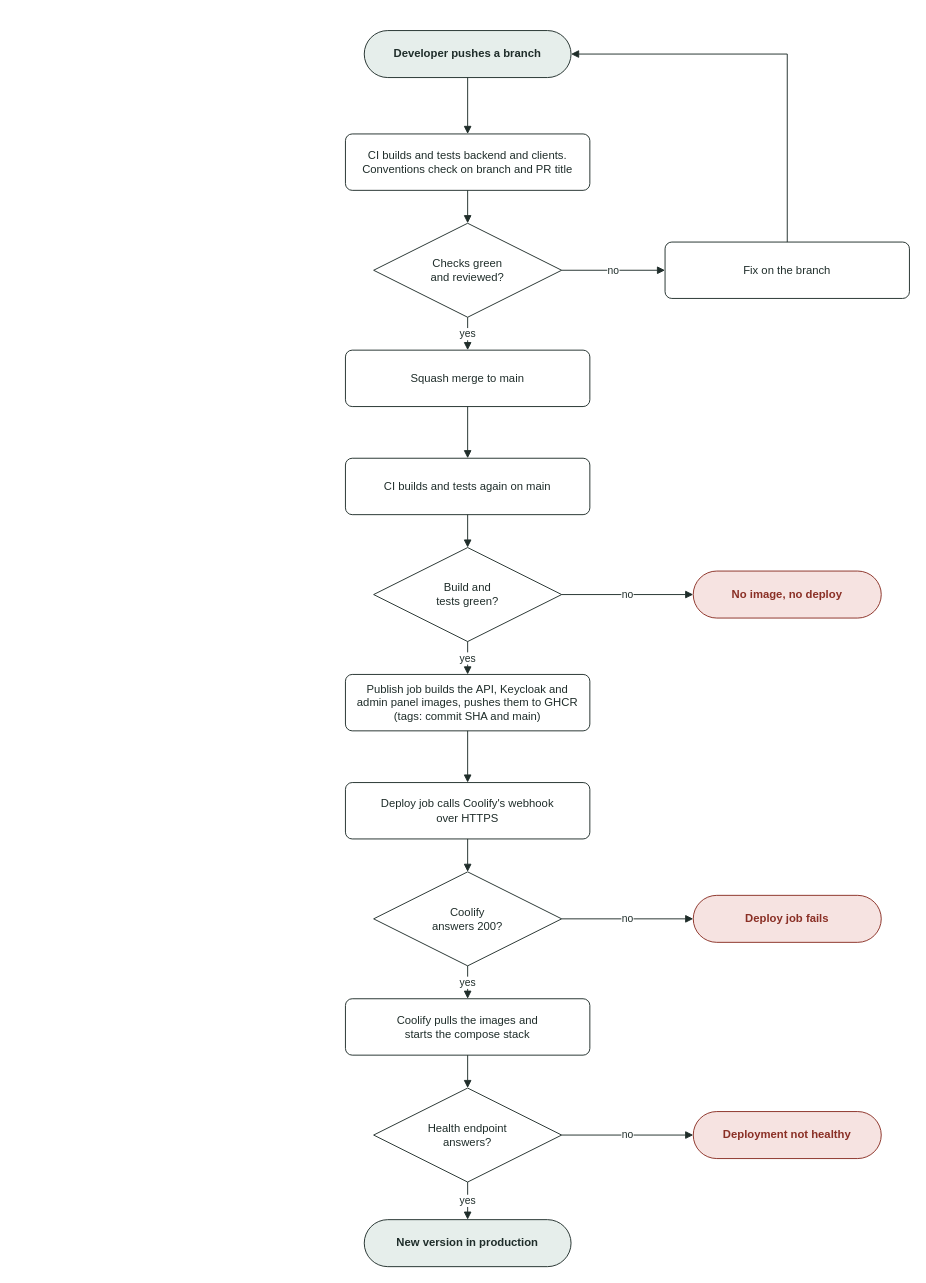
Mosekjaer/prepmeup keeps this draw.io diagram as docs/assets/drawio/pipeline-flow.drawio. Above is the earlier version. Source tidied: cells renumbered, new cells numbered last; positions are measured from the earlier drawing's top-left corner, leaving out a move shared by most shapes. Both pictures are drawn from the tidied source at 94%, with x=0, y=0 at pixel (345, 30).
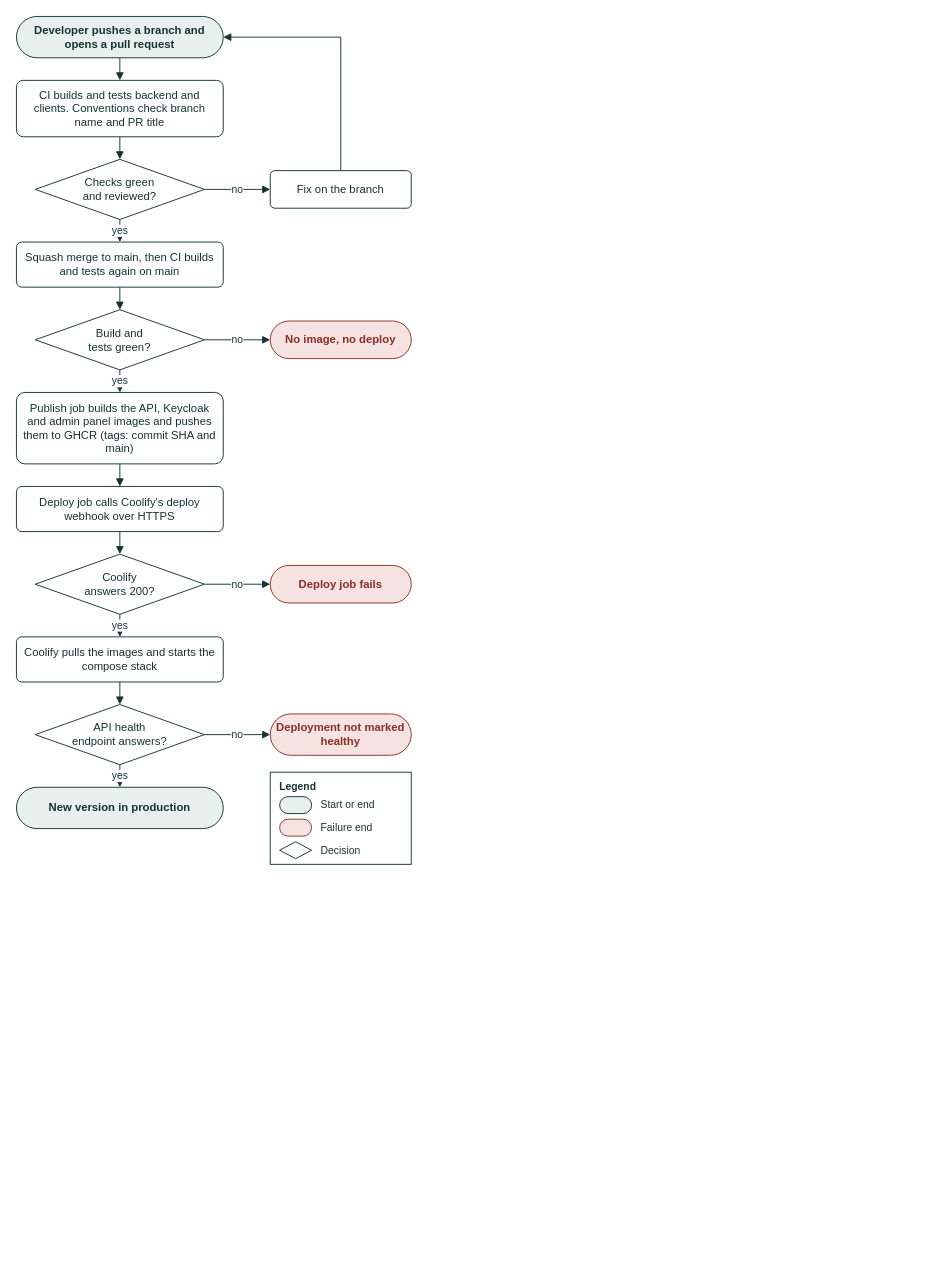
Above is the later version.

Commit message (it also covers changes not shown here):
docs(diagrams): make deployment and pipeline diagrams readable

Change to the diagram source:
```diff
@@
-    <mxCell id="2" value="Developer pushes a branch" style="rounded=1;arcSize=50;whiteSpace=wrap;html=1;fillColor=#e6eeeb;strokeColor=#1f2d2a;fontColor=#1f2d2a;fontStyle=1;fontSize=12;" parent="1" vertex="1">
-      <mxGeometry x="20" width="220" height="50" as="geometry" />
+    <mxCell id="2" value="Developer pushes a branch and opens a pull request" style="rounded=1;arcSize=50;whiteSpace=wrap;html=1;fillColor=#E8F0EE;strokeColor=#173330;fontColor=#173330;fontStyle=1;fontSize=12;fontFamily=Arial;" parent="1" vertex="1">
+      <mxGeometry x="-350" y="-15" width="220" height="44" as="geometry" />
     </mxCell>
-    <mxCell id="3" value="CI builds and tests backend and clients.&lt;br&gt;Conventions check on branch and PR title" style="rounded=1;arcSize=12;whiteSpace=wrap;html=1;fillColor=#ffffff;strokeColor=#1f2d2a;fontColor=#1f2d2a;fontSize=12;" parent="1" vertex="1">
-      <mxGeometry y="110" width="260" height="60" as="geometry" />
+    <mxCell id="3" value="CI builds and tests backend and clients. Conventions check branch name and PR title" style="rounded=1;arcSize=12;whiteSpace=wrap;html=1;spacingLeft=6;spacingRight=6;fillColor=#FFFFFF;strokeColor=#173330;fontColor=#173330;fontSize=12;fontFamily=Arial;" parent="1" vertex="1">
+      <mxGeometry x="-350" y="53" width="220" height="60" as="geometry" />
     </mxCell>
-    <mxCell id="4" value="Checks green&lt;br&gt;and reviewed?" style="rhombus;whiteSpace=wrap;html=1;fillColor=#ffffff;strokeColor=#1f2d2a;fontColor=#1f2d2a;fontSize=12;" parent="1" vertex="1">
-      <mxGeometry x="30" y="205" width="200" height="100" as="geometry" />
+    <mxCell id="4" value="Checks green&lt;br&gt;and reviewed?" style="rhombus;whiteSpace=wrap;html=1;fillColor=#FFFFFF;strokeColor=#173330;fontColor=#173330;fontSize=12;fontFamily=Arial;" parent="1" vertex="1">
+      <mxGeometry x="-330" y="137" width="180" height="64" as="geometry" />
     </mxCell>
-    <mxCell id="5" value="Fix on the branch" style="rounded=1;arcSize=12;whiteSpace=wrap;html=1;fillColor=#ffffff;strokeColor=#1f2d2a;fontColor=#1f2d2a;fontSize=12;" parent="1" vertex="1">
-      <mxGeometry x="340" y="225" width="260" height="60" as="geometry" />
-    </mxCell>
-    <mxCell id="6" value="Squash merge to main" style="rounded=1;arcSize=12;whiteSpace=wrap;html=1;fillColor=#ffffff;strokeColor=#1f2d2a;fontColor=#1f2d2a;fontSize=12;" parent="1" vertex="1">
-      <mxGeometry y="340" width="260" height="60" as="geometry" />
+    <mxCell id="6" value="Squash merge to main, then CI builds and tests again on main" style="rounded=1;arcSize=12;whiteSpace=wrap;html=1;spacingLeft=6;spacingRight=6;fillColor=#FFFFFF;strokeColor=#173330;fontColor=#173330;fontSize=12;fontFamily=Arial;" parent="1" vertex="1">
+      <mxGeometry x="-350" y="225" width="220" height="48" as="geometry" />
     </mxCell>
-    <mxCell id="7" value="CI builds and tests again on main" style="rounded=1;arcSize=12;whiteSpace=wrap;html=1;fillColor=#ffffff;strokeColor=#1f2d2a;fontColor=#1f2d2a;fontSize=12;" parent="1" vertex="1">
-      <mxGeometry y="455" width="260" height="60" as="geometry" />
-    </mxCell>
-    <mxCell id="8" value="Build and&lt;br&gt;tests green?" style="rhombus;whiteSpace=wrap;html=1;fillColor=#ffffff;strokeColor=#1f2d2a;fontColor=#1f2d2a;fontSize=12;" parent="1" vertex="1">
-      <mxGeometry x="30" y="550" width="200" height="100" as="geometry" />
+    <mxCell id="8" value="Build and&lt;br&gt;tests green?" style="rhombus;whiteSpace=wrap;html=1;fillColor=#FFFFFF;strokeColor=#173330;fontColor=#173330;fontSize=12;fontFamily=Arial;" parent="1" vertex="1">
+      <mxGeometry x="-330" y="297" width="180" height="64" as="geometry" />
     </mxCell>
-    <mxCell id="9" value="No image, no deploy" style="rounded=1;arcSize=50;whiteSpace=wrap;html=1;fillColor=#f6e3e1;strokeColor=#8a2f25;fontColor=#8a2f25;fontStyle=1;fontSize=12;" parent="1" vertex="1">
-      <mxGeometry x="370" y="575" width="200" height="50" as="geometry" />
-    </mxCell>
-    <mxCell id="10" value="Publish job builds the API, Keycloak and&lt;br&gt;admin panel images, pushes them to GHCR&lt;br&gt;(tags: commit SHA and main)" style="rounded=1;arcSize=12;whiteSpace=wrap;html=1;fillColor=#ffffff;strokeColor=#1f2d2a;fontColor=#1f2d2a;fontSize=12;" parent="1" vertex="1">
-      <mxGeometry y="685" width="260" height="60" as="geometry" />
+    <mxCell id="10" value="Publish job builds the API, Keycloak and admin panel images and pushes them to GHCR (tags: commit SHA and main)" style="rounded=1;arcSize=12;whiteSpace=wrap;html=1;spacingLeft=6;spacingRight=6;fillColor=#FFFFFF;strokeColor=#173330;fontColor=#173330;fontSize=12;fontFamily=Arial;" parent="1" vertex="1">
+      <mxGeometry x="-350" y="385" width="220" height="76" as="geometry" />
     </mxCell>
-    <mxCell id="11" value="Deploy job calls Coolify's webhook&lt;br&gt;over HTTPS" style="rounded=1;arcSize=12;whiteSpace=wrap;html=1;fillColor=#ffffff;strokeColor=#1f2d2a;fontColor=#1f2d2a;fontSize=12;" parent="1" vertex="1">
-      <mxGeometry y="800" width="260" height="60" as="geometry" />
+    <mxCell id="11" value="Deploy job calls Coolify's deploy webhook over HTTPS" style="rounded=1;arcSize=12;whiteSpace=wrap;html=1;spacingLeft=6;spacingRight=6;fillColor=#FFFFFF;strokeColor=#173330;fontColor=#173330;fontSize=12;fontFamily=Arial;" parent="1" vertex="1">
+      <mxGeometry x="-350" y="485" width="220" height="48" as="geometry" />
     </mxCell>
-    <mxCell id="12" value="Coolify&lt;br&gt;answers 200?" style="rhombus;whiteSpace=wrap;html=1;fillColor=#ffffff;strokeColor=#1f2d2a;fontColor=#1f2d2a;fontSize=12;" parent="1" vertex="1">
-      <mxGeometry x="30" y="895" width="200" height="100" as="geometry" />
+    <mxCell id="12" value="Coolify&lt;br&gt;answers 200?" style="rhombus;whiteSpace=wrap;html=1;fillColor=#FFFFFF;strokeColor=#173330;fontColor=#173330;fontSize=12;fontFamily=Arial;" parent="1" vertex="1">
+      <mxGeometry x="-330" y="557" width="180" height="64" as="geometry" />
     </mxCell>
-    <mxCell id="13" value="Deploy job fails" style="rounded=1;arcSize=50;whiteSpace=wrap;html=1;fillColor=#f6e3e1;strokeColor=#8a2f25;fontColor=#8a2f25;fontStyle=1;fontSize=12;" parent="1" vertex="1">
-      <mxGeometry x="370" y="920" width="200" height="50" as="geometry" />
-    </mxCell>
-    <mxCell id="14" value="Coolify pulls the images and&lt;br&gt;starts the compose stack" style="rounded=1;arcSize=12;whiteSpace=wrap;html=1;fillColor=#ffffff;strokeColor=#1f2d2a;fontColor=#1f2d2a;fontSize=12;" parent="1" vertex="1">
-      <mxGeometry y="1030" width="260" height="60" as="geometry" />
+    <mxCell id="14" value="Coolify pulls the images and starts the compose stack" style="rounded=1;arcSize=12;whiteSpace=wrap;html=1;spacingLeft=6;spacingRight=6;fillColor=#FFFFFF;strokeColor=#173330;fontColor=#173330;fontSize=12;fontFamily=Arial;" parent="1" vertex="1">
+      <mxGeometry x="-350" y="645" width="220" height="48" as="geometry" />
     </mxCell>
-    <mxCell id="15" value="Health endpoint&lt;br&gt;answers?" style="rhombus;whiteSpace=wrap;html=1;fillColor=#ffffff;strokeColor=#1f2d2a;fontColor=#1f2d2a;fontSize=12;" parent="1" vertex="1">
-      <mxGeometry x="30" y="1125" width="200" height="100" as="geometry" />
+    <mxCell id="15" value="API health&lt;br&gt;endpoint answers?" style="rhombus;whiteSpace=wrap;html=1;fillColor=#FFFFFF;strokeColor=#173330;fontColor=#173330;fontSize=12;fontFamily=Arial;" parent="1" vertex="1">
+      <mxGeometry x="-330" y="717" width="180" height="64" as="geometry" />
     </mxCell>
+    <mxCell id="17" value="New version in production" style="rounded=1;arcSize=50;whiteSpace=wrap;html=1;fillColor=#E8F0EE;strokeColor=#173330;fontColor=#173330;fontStyle=1;fontSize=12;fontFamily=Arial;" parent="1" vertex="1">
+      <mxGeometry x="-350" y="805" width="220" height="44" as="geometry" />
+    </mxCell>
+    <mxCell id="5" value="Fix on the branch" style="rounded=1;arcSize=12;whiteSpace=wrap;html=1;spacingLeft=6;spacingRight=6;fillColor=#FFFFFF;strokeColor=#173330;fontColor=#173330;fontSize=12;fontFamily=Arial;" parent="1" vertex="1">
+      <mxGeometry x="-80" y="149" width="150" height="40" as="geometry" />
+    </mxCell>
+    <mxCell id="9" value="No image, no deploy" style="rounded=1;arcSize=50;whiteSpace=wrap;html=1;fillColor=#F6E3E1;strokeColor=#8A2F25;fontColor=#8A2F25;fontStyle=1;fontSize=12;fontFamily=Arial;" parent="1" vertex="1">
+      <mxGeometry x="-80" y="309" width="150" height="40" as="geometry" />
+    </mxCell>
+    <mxCell id="13" value="Deploy job fails" style="rounded=1;arcSize=50;whiteSpace=wrap;html=1;fillColor=#F6E3E1;strokeColor=#8A2F25;fontColor=#8A2F25;fontStyle=1;fontSize=12;fontFamily=Arial;" parent="1" vertex="1">
+      <mxGeometry x="-80" y="569" width="150" height="40" as="geometry" />
+    </mxCell>
-    <mxCell id="16" value="Deployment not healthy" style="rounded=1;arcSize=50;whiteSpace=wrap;html=1;fillColor=#f6e3e1;strokeColor=#8a2f25;fontColor=#8a2f25;fontStyle=1;fontSize=12;" parent="1" vertex="1">
-      <mxGeometry x="370" y="1150" width="200" height="50" as="geometry" />
+    <mxCell id="16" value="Deployment not marked healthy" style="rounded=1;arcSize=50;whiteSpace=wrap;html=1;fillColor=#F6E3E1;strokeColor=#8A2F25;fontColor=#8A2F25;fontStyle=1;fontSize=12;fontFamily=Arial;" parent="1" vertex="1">
+      <mxGeometry x="-80" y="727" width="150" height="44" as="geometry" />
     </mxCell>
-    <mxCell id="17" value="New version in production" style="rounded=1;arcSize=50;whiteSpace=wrap;html=1;fillColor=#e6eeeb;strokeColor=#1f2d2a;fontColor=#1f2d2a;fontStyle=1;fontSize=12;" parent="1" vertex="1">
-      <mxGeometry x="20" y="1265" width="220" height="50" as="geometry" />
-    </mxCell>
+    <mxCell id="34" value="Legend" style="rounded=0;whiteSpace=wrap;html=1;fillColor=#FFFFFF;strokeColor=#173330;fontColor=#173330;verticalAlign=top;align=left;spacingLeft=8;spacingTop=2;fontStyle=1;fontSize=11;fontFamily=Arial;" parent="1" vertex="1">
+      <mxGeometry x="-80" y="789" width="150" height="98" as="geometry" />
+    </mxCell>
+    <mxCell id="35" style="rounded=1;arcSize=50;whiteSpace=wrap;html=1;fillColor=#E8F0EE;strokeColor=#173330;fontColor=#173330;fontStyle=1;fontSize=12;fontFamily=Arial;" parent="34" vertex="1">
+      <mxGeometry x="10" y="26" width="34" height="18" as="geometry" />
+    </mxCell>
+    <mxCell id="36" value="Start or end" style="text;html=1;align=left;verticalAlign=middle;whiteSpace=wrap;fontColor=#173330;fontSize=11;fontFamily=Arial;" parent="34" vertex="1">
+      <mxGeometry x="52" y="25" width="92" height="20" as="geometry" />
+    </mxCell>
+    <mxCell id="37" style="rounded=1;arcSize=50;whiteSpace=wrap;html=1;fillColor=#F6E3E1;strokeColor=#8A2F25;fontColor=#8A2F25;fontStyle=1;fontSize=12;fontFamily=Arial;" parent="34" vertex="1">
+      <mxGeometry x="10" y="50" width="34" height="18" as="geometry" />
+    </mxCell>
+    <mxCell id="38" value="Failure end" style="text;html=1;align=left;verticalAlign=middle;whiteSpace=wrap;fontColor=#173330;fontSize=11;fontFamily=Arial;" parent="34" vertex="1">
+      <mxGeometry x="52" y="49" width="92" height="20" as="geometry" />
+    </mxCell>
+    <mxCell id="39" style="rhombus;whiteSpace=wrap;html=1;fillColor=#FFFFFF;strokeColor=#173330;fontColor=#173330;fontSize=12;fontFamily=Arial;" parent="34" vertex="1">
+      <mxGeometry x="10" y="74" width="34" height="18" as="geometry" />
+    </mxCell>
+    <mxCell id="40" value="Decision" style="text;html=1;align=left;verticalAlign=middle;whiteSpace=wrap;fontColor=#173330;fontSize=11;fontFamily=Arial;" parent="34" vertex="1">
+      <mxGeometry x="52" y="73" width="92" height="20" as="geometry" />
+    </mxCell>
-    <mxCell id="18" style="edgeStyle=orthogonalEdgeStyle;rounded=0;html=1;strokeColor=#1f2d2a;endArrow=block;endFill=1;fontSize=11;fontColor=#1f2d2a;labelBackgroundColor=#ffffff;" parent="1" edge="1" source="2" target="3">
+    <mxCell id="18" style="edgeStyle=orthogonalEdgeStyle;rounded=0;html=1;strokeColor=#173330;endArrow=block;endFill=1;fontSize=11;fontColor=#173330;labelBackgroundColor=#FFFFFF;fontFamily=Arial;exitX=0.5;exitY=1;exitDx=0;exitDy=0;entryX=0.5;entryY=0;entryDx=0;entryDy=0;" parent="1" edge="1" source="2" target="3">
       <mxGeometry relative="1" as="geometry" />
     </mxCell>
-    <mxCell id="19" style="edgeStyle=orthogonalEdgeStyle;rounded=0;html=1;strokeColor=#1f2d2a;endArrow=block;endFill=1;fontSize=11;fontColor=#1f2d2a;labelBackgroundColor=#ffffff;" parent="1" edge="1" source="3" target="4">
+    <mxCell id="19" style="edgeStyle=orthogonalEdgeStyle;rounded=0;html=1;strokeColor=#173330;endArrow=block;endFill=1;fontSize=11;fontColor=#173330;labelBackgroundColor=#FFFFFF;fontFamily=Arial;exitX=0.5;exitY=1;exitDx=0;exitDy=0;entryX=0.5;entryY=0;entryDx=0;entryDy=0;" parent="1" edge="1" source="3" target="4">
       <mxGeometry relative="1" as="geometry" />
     </mxCell>
-    <mxCell id="20" value="yes" style="edgeStyle=orthogonalEdgeStyle;rounded=0;html=1;strokeColor=#1f2d2a;endArrow=block;endFill=1;fontSize=11;fontColor=#1f2d2a;labelBackgroundColor=#ffffff;" parent="1" edge="1" source="4" target="6">
+    <mxCell id="20" value="yes" style="edgeStyle=orthogonalEdgeStyle;rounded=0;html=1;strokeColor=#173330;endArrow=block;endFill=1;fontSize=11;fontColor=#173330;labelBackgroundColor=#FFFFFF;fontFamily=Arial;exitX=0.5;exitY=1;exitDx=0;exitDy=0;entryX=0.5;entryY=0;entryDx=0;entryDy=0;" parent="1" edge="1" source="4" target="6">
       <mxGeometry relative="1" as="geometry" />
     </mxCell>
-    <mxCell id="21" value="no" style="edgeStyle=orthogonalEdgeStyle;rounded=0;html=1;strokeColor=#1f2d2a;endArrow=block;endFill=1;fontSize=11;fontColor=#1f2d2a;labelBackgroundColor=#ffffff;exitX=1;exitY=0.5;exitDx=0;exitDy=0;entryX=0;entryY=0.5;entryDx=0;entryDy=0;" parent="1" edge="1" source="4" target="5">
+    <mxCell id="21" value="no" style="edgeStyle=orthogonalEdgeStyle;rounded=0;html=1;strokeColor=#173330;endArrow=block;endFill=1;fontSize=11;fontColor=#173330;labelBackgroundColor=#FFFFFF;fontFamily=Arial;exitX=1;exitY=0.5;exitDx=0;exitDy=0;entryX=0;entryY=0.5;entryDx=0;entryDy=0;" parent="1" edge="1" source="4" target="5">
       <mxGeometry relative="1" as="geometry" />
     </mxCell>
-    <mxCell id="22" style="edgeStyle=orthogonalEdgeStyle;rounded=0;html=1;strokeColor=#1f2d2a;endArrow=block;endFill=1;fontSize=11;fontColor=#1f2d2a;labelBackgroundColor=#ffffff;exitX=0.5;exitY=0;exitDx=0;exitDy=0;entryX=1;entryY=0.5;entryDx=0;entryDy=0;" parent="1" edge="1" source="5" target="2">
+    <mxCell id="22" style="edgeStyle=orthogonalEdgeStyle;rounded=0;html=1;strokeColor=#173330;endArrow=block;endFill=1;fontSize=11;fontColor=#173330;labelBackgroundColor=#FFFFFF;fontFamily=Arial;exitX=0.5;exitY=0;exitDx=0;exitDy=0;entryX=1;entryY=0.5;entryDx=0;entryDy=0;" parent="1" edge="1" source="5" target="2">
       <mxGeometry relative="1" as="geometry">
         <Array as="points">
-          <mxPoint x="470" y="25" />
+          <mxPoint x="-5" y="7" />
         </Array>
       </mxGeometry>
     </mxCell>
-    <mxCell id="23" style="edgeStyle=orthogonalEdgeStyle;rounded=0;html=1;strokeColor=#1f2d2a;endArrow=block;endFill=1;fontSize=11;fontColor=#1f2d2a;labelBackgroundColor=#ffffff;" parent="1" edge="1" source="6" target="7">
+    <mxCell id="23" style="edgeStyle=orthogonalEdgeStyle;rounded=0;html=1;strokeColor=#173330;endArrow=block;endFill=1;fontSize=11;fontColor=#173330;labelBackgroundColor=#FFFFFF;fontFamily=Arial;exitX=0.5;exitY=1;exitDx=0;exitDy=0;entryX=0.5;entryY=0;entryDx=0;entryDy=0;" parent="1" edge="1" source="6" target="8">
       <mxGeometry relative="1" as="geometry" />
     </mxCell>
-    <mxCell id="24" style="edgeStyle=orthogonalEdgeStyle;rounded=0;html=1;strokeColor=#1f2d2a;endArrow=block;endFill=1;fontSize=11;fontColor=#1f2d2a;labelBackgroundColor=#ffffff;" parent="1" edge="1" source="7" target="8">
-      <mxGeometry relative="1" as="geometry" />
-    </mxCell>
-    <mxCell id="25" value="yes" style="edgeStyle=orthogonalEdgeStyle;rounded=0;html=1;strokeColor=#1f2d2a;endArrow=block;endFill=1;fontSize=11;fontColor=#1f2d2a;labelBackgroundColor=#ffffff;" parent="1" edge="1" source="8" target="10">
+    <mxCell id="25" value="yes" style="edgeStyle=orthogonalEdgeStyle;rounded=0;html=1;strokeColor=#173330;endArrow=block;endFill=1;fontSize=11;fontColor=#173330;labelBackgroundColor=#FFFFFF;fontFamily=Arial;exitX=0.5;exitY=1;exitDx=0;exitDy=0;entryX=0.5;entryY=0;entryDx=0;entryDy=0;" parent="1" edge="1" source="8" target="10">
       <mxGeometry relative="1" as="geometry" />
     </mxCell>
-    <mxCell id="26" value="no" style="edgeStyle=orthogonalEdgeStyle;rounded=0;html=1;strokeColor=#1f2d2a;endArrow=block;endFill=1;fontSize=11;fontColor=#1f2d2a;labelBackgroundColor=#ffffff;exitX=1;exitY=0.5;exitDx=0;exitDy=0;entryX=0;entryY=0.5;entryDx=0;entryDy=0;" parent="1" edge="1" source="8" target="9">
+    <mxCell id="26" value="no" style="edgeStyle=orthogonalEdgeStyle;rounded=0;html=1;strokeColor=#173330;endArrow=block;endFill=1;fontSize=11;fontColor=#173330;labelBackgroundColor=#FFFFFF;fontFamily=Arial;exitX=1;exitY=0.5;exitDx=0;exitDy=0;entryX=0;entryY=0.5;entryDx=0;entryDy=0;" parent="1" edge="1" source="8" target="9">
       <mxGeometry relative="1" as="geometry" />
     </mxCell>
-    <mxCell id="27" style="edgeStyle=orthogonalEdgeStyle;rounded=0;html=1;strokeColor=#1f2d2a;endArrow=block;endFill=1;fontSize=11;fontColor=#1f2d2a;labelBackgroundColor=#ffffff;" parent="1" edge="1" source="10" target="11">
+    <mxCell id="27" style="edgeStyle=orthogonalEdgeStyle;rounded=0;html=1;strokeColor=#173330;endArrow=block;endFill=1;fontSize=11;fontColor=#173330;labelBackgroundColor=#FFFFFF;fontFamily=Arial;exitX=0.5;exitY=1;exitDx=0;exitDy=0;entryX=0.5;entryY=0;entryDx=0;entryDy=0;" parent="1" edge="1" source="10" target="11">
       <mxGeometry relative="1" as="geometry" />
     </mxCell>
-    <mxCell id="28" style="edgeStyle=orthogonalEdgeStyle;rounded=0;html=1;strokeColor=#1f2d2a;endArrow=block;endFill=1;fontSize=11;fontColor=#1f2d2a;labelBackgroundColor=#ffffff;" parent="1" edge="1" source="11" target="12">
+    <mxCell id="28" style="edgeStyle=orthogonalEdgeStyle;rounded=0;html=1;strokeColor=#173330;endArrow=block;endFill=1;fontSize=11;fontColor=#173330;labelBackgroundColor=#FFFFFF;fontFamily=Arial;exitX=0.5;exitY=1;exitDx=0;exitDy=0;entryX=0.5;entryY=0;entryDx=0;entryDy=0;" parent="1" edge="1" source="11" target="12">
       <mxGeometry relative="1" as="geometry" />
     </mxCell>
-    <mxCell id="29" value="yes" style="edgeStyle=orthogonalEdgeStyle;rounded=0;html=1;strokeColor=#1f2d2a;endArrow=block;endFill=1;fontSize=11;fontColor=#1f2d2a;labelBackgroundColor=#ffffff;" parent="1" edge="1" source="12" target="14">
+    <mxCell id="29" value="yes" style="edgeStyle=orthogonalEdgeStyle;rounded=0;html=1;strokeColor=#173330;endArrow=block;endFill=1;fontSize=11;fontColor=#173330;labelBackgroundColor=#FFFFFF;fontFamily=Arial;exitX=0.5;exitY=1;exitDx=0;exitDy=0;entryX=0.5;entryY=0;entryDx=0;entryDy=0;" parent="1" edge="1" source="12" target="14">
       <mxGeometry relative="1" as="geometry" />
     </mxCell>
-    <mxCell id="30" value="no" style="edgeStyle=orthogonalEdgeStyle;rounded=0;html=1;strokeColor=#1f2d2a;endArrow=block;endFill=1;fontSize=11;fontColor=#1f2d2a;labelBackgroundColor=#ffffff;exitX=1;exitY=0.5;exitDx=0;exitDy=0;entryX=0;entryY=0.5;entryDx=0;entryDy=0;" parent="1" edge="1" source="12" target="13">
+    <mxCell id="30" value="no" style="edgeStyle=orthogonalEdgeStyle;rounded=0;html=1;strokeColor=#173330;endArrow=block;endFill=1;fontSize=11;fontColor=#173330;labelBackgroundColor=#FFFFFF;fontFamily=Arial;exitX=1;exitY=0.5;exitDx=0;exitDy=0;entryX=0;entryY=0.5;entryDx=0;entryDy=0;" parent="1" edge="1" source="12" target="13">
       <mxGeometry relative="1" as="geometry" />
     </mxCell>
-    <mxCell id="31" style="edgeStyle=orthogonalEdgeStyle;rounded=0;html=1;strokeColor=#1f2d2a;endArrow=block;endFill=1;fontSize=11;fontColor=#1f2d2a;labelBackgroundColor=#ffffff;" parent="1" edge="1" source="14" target="15">
+    <mxCell id="31" style="edgeStyle=orthogonalEdgeStyle;rounded=0;html=1;strokeColor=#173330;endArrow=block;endFill=1;fontSize=11;fontColor=#173330;labelBackgroundColor=#FFFFFF;fontFamily=Arial;exitX=0.5;exitY=1;exitDx=0;exitDy=0;entryX=0.5;entryY=0;entryDx=0;entryDy=0;" parent="1" edge="1" source="14" target="15">
       <mxGeometry relative="1" as="geometry" />
     </mxCell>
-    <mxCell id="32" value="yes" style="edgeStyle=orthogonalEdgeStyle;rounded=0;html=1;strokeColor=#1f2d2a;endArrow=block;endFill=1;fontSize=11;fontColor=#1f2d2a;labelBackgroundColor=#ffffff;" parent="1" edge="1" source="15" target="17">
+    <mxCell id="32" value="yes" style="edgeStyle=orthogonalEdgeStyle;rounded=0;html=1;strokeColor=#173330;endArrow=block;endFill=1;fontSize=11;fontColor=#173330;labelBackgroundColor=#FFFFFF;fontFamily=Arial;exitX=0.5;exitY=1;exitDx=0;exitDy=0;entryX=0.5;entryY=0;entryDx=0;entryDy=0;" parent="1" edge="1" source="15" target="17">
       <mxGeometry relative="1" as="geometry" />
     </mxCell>
-    <mxCell id="33" value="no" style="edgeStyle=orthogonalEdgeStyle;rounded=0;html=1;strokeColor=#1f2d2a;endArrow=block;endFill=1;fontSize=11;fontColor=#1f2d2a;labelBackgroundColor=#ffffff;exitX=1;exitY=0.5;exitDx=0;exitDy=0;entryX=0;entryY=0.5;entryDx=0;entryDy=0;" parent="1" edge="1" source="15" target="16">
+    <mxCell id="33" value="no" style="edgeStyle=orthogonalEdgeStyle;rounded=0;html=1;strokeColor=#173330;endArrow=block;endFill=1;fontSize=11;fontColor=#173330;labelBackgroundColor=#FFFFFF;fontFamily=Arial;exitX=1;exitY=0.5;exitDx=0;exitDy=0;entryX=0;entryY=0.5;entryDx=0;entryDy=0;" parent="1" edge="1" source="15" target="16">
       <mxGeometry relative="1" as="geometry" />
     </mxCell>
```
